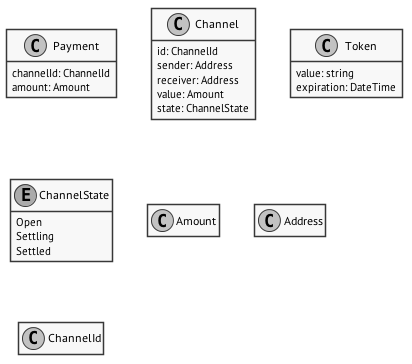
Before: docs/entities.png, a diagram exported from PlantUML (machinomy/machinomy). Its diagram source:
```plantuml
@startuml
hide empty members
skinparam monochrome true
skinparam defaultFontName PT Sans
skinparam shadowing false
skinparam dpi 96

class Payment {
  channelId: ChannelId
  amount: Amount
}

class Channel {
  id: ChannelId
  sender: Address
  receiver: Address
  value: Amount
  state: ChannelState
}

class Token {
  value: string
  expiration: DateTime
}

enum ChannelState {
  Open
  Settling
  Settled
}

class Amount {
}

class Address {
}

class ChannelId {
}

@enduml
```
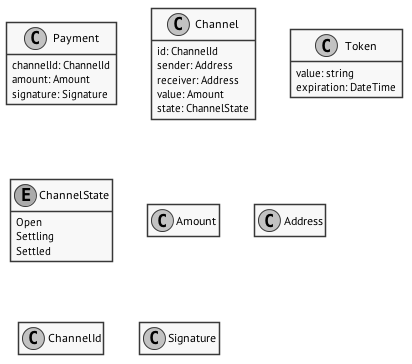
The same file after the commit.

Commit message:
Add Signature, and signing operation while in ChannelManagerˆ

Diff of the diagram source:
```diff
@@ -8,6 +8,7 @@
 class Payment {
   channelId: ChannelId
   amount: Amount
+  signature: Signature
 }
 
 class Channel {
@@ -38,4 +39,7 @@
 class ChannelId {
 }
 
+class Signature {
+}
+
 @enduml
```
